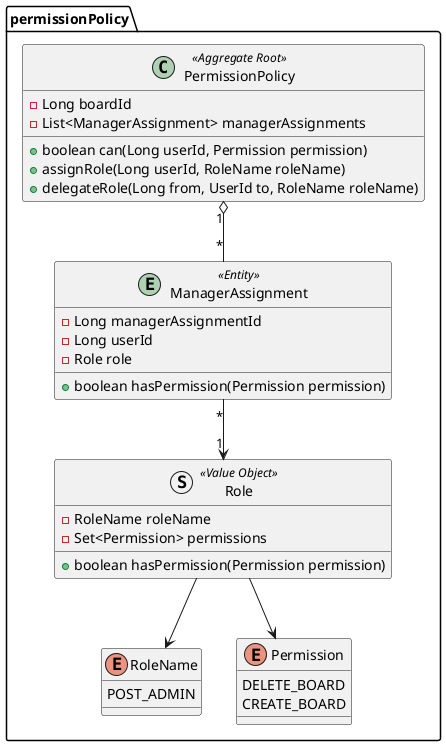
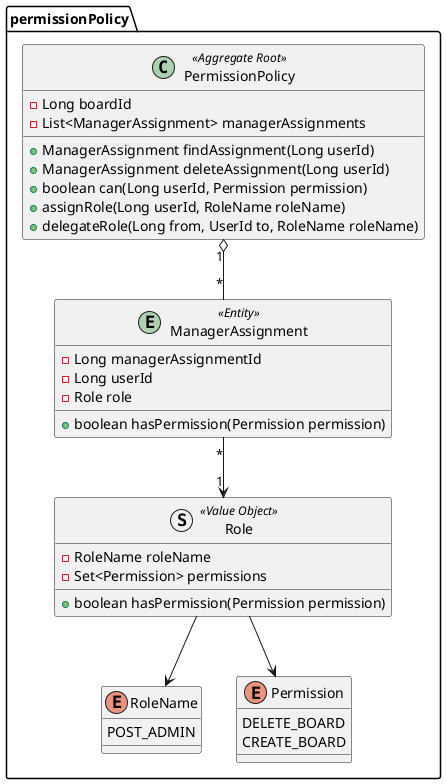
@startuml
package "permissionPolicy" {
  class PermissionPolicy <<Aggregate Root>>{
    - Long boardId
    - List<ManagerAssignment> managerAssignments
+     + ManagerAssignment findAssignment(Long userId)
+     + ManagerAssignment deleteAssignment(Long userId)
    + boolean can(Long userId, Permission permission)
    + assignRole(Long userId, RoleName roleName)
    + delegateRole(Long from, UserId to, RoleName roleName)
  }

  entity ManagerAssignment <<Entity>>{
    - Long managerAssignmentId
    - Long userId
    - Role role
    + boolean hasPermission(Permission permission)
  }

  struct Role <<Value Object>>{
    - RoleName roleName
    - Set<Permission> permissions
    + boolean hasPermission(Permission permission)
  }

  enum RoleName {
    POST_ADMIN
  }

  enum Permission {
    DELETE_BOARD
    CREATE_BOARD
  }

  PermissionPolicy "1" o-- "*" ManagerAssignment
  ManagerAssignment "*" --> "1" Role
  Role --> RoleName
  Role --> Permission
}
@enduml